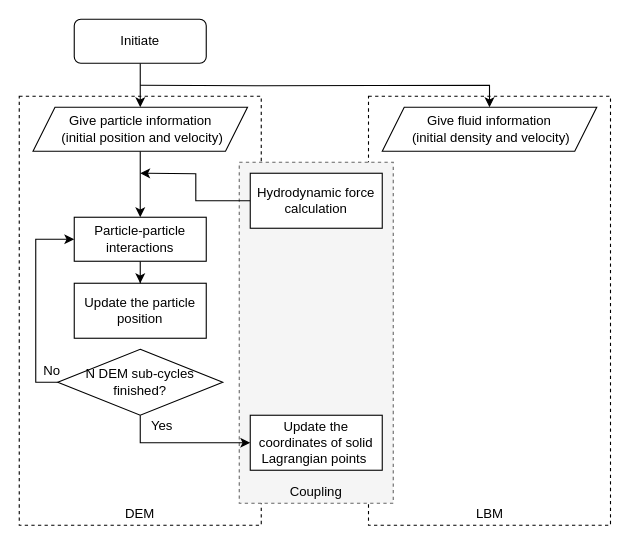
Above: Untitled Diagram.drawio in fjiang-cloud/viscousCouple (draw.io), before the change. Source tidied: cells renumbered, new cells numbered last; positions are measured from the earlier drawing's top-left corner, leaving out a move shared by most shapes. Both pictures are drawn from the tidied source at 110%, with x=0, y=0 at pixel (19, 19).
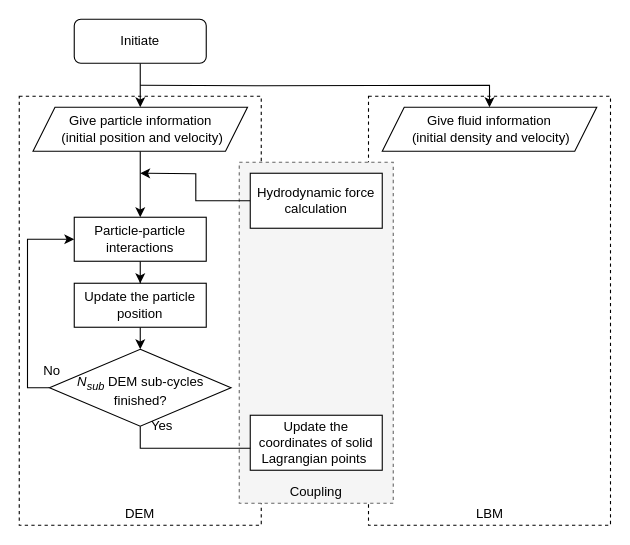
After the change.

Diff of the diagram source:
```diff
@@
+    <mxCell id="25" style="edgeStyle=orthogonalEdgeStyle;rounded=0;jettySize=auto;html=1;exitX=0.5;exitY=1;exitDx=0;exitDy=0;entryX=0.5;entryY=0;entryDx=0;entryDy=0;" parent="1" edge="1" source="11" target="19">
+      <mxGeometry relative="1" as="geometry" />
+    </mxCell>
     <mxCell id="11" value="Update the particle position" style="rounded=0;whiteSpace=wrap;html=1;" parent="1" vertex="1">
-      <mxGeometry x="50" y="240" width="120" height="50" as="geometry" />
+      <mxGeometry x="50" y="240" width="120" height="40" as="geometry" />
     </mxCell>
@@
-    <mxCell id="19" value="N DEM sub-cycles finished?" style="rhombus;whiteSpace=wrap;html=1;" parent="1" vertex="1">
-      <mxGeometry x="35" y="300" width="150" height="60" as="geometry" />
+    <mxCell id="19" value="&lt;i&gt;N&lt;sub&gt;sub&lt;/sub&gt;&lt;/i&gt; DEM sub-cycles finished?" style="rhombus;whiteSpace=wrap;html=1;spacingTop=5;" parent="1" vertex="1">
+      <mxGeometry x="27.5" y="300" width="165" height="70" as="geometry" />
     </mxCell>
```
